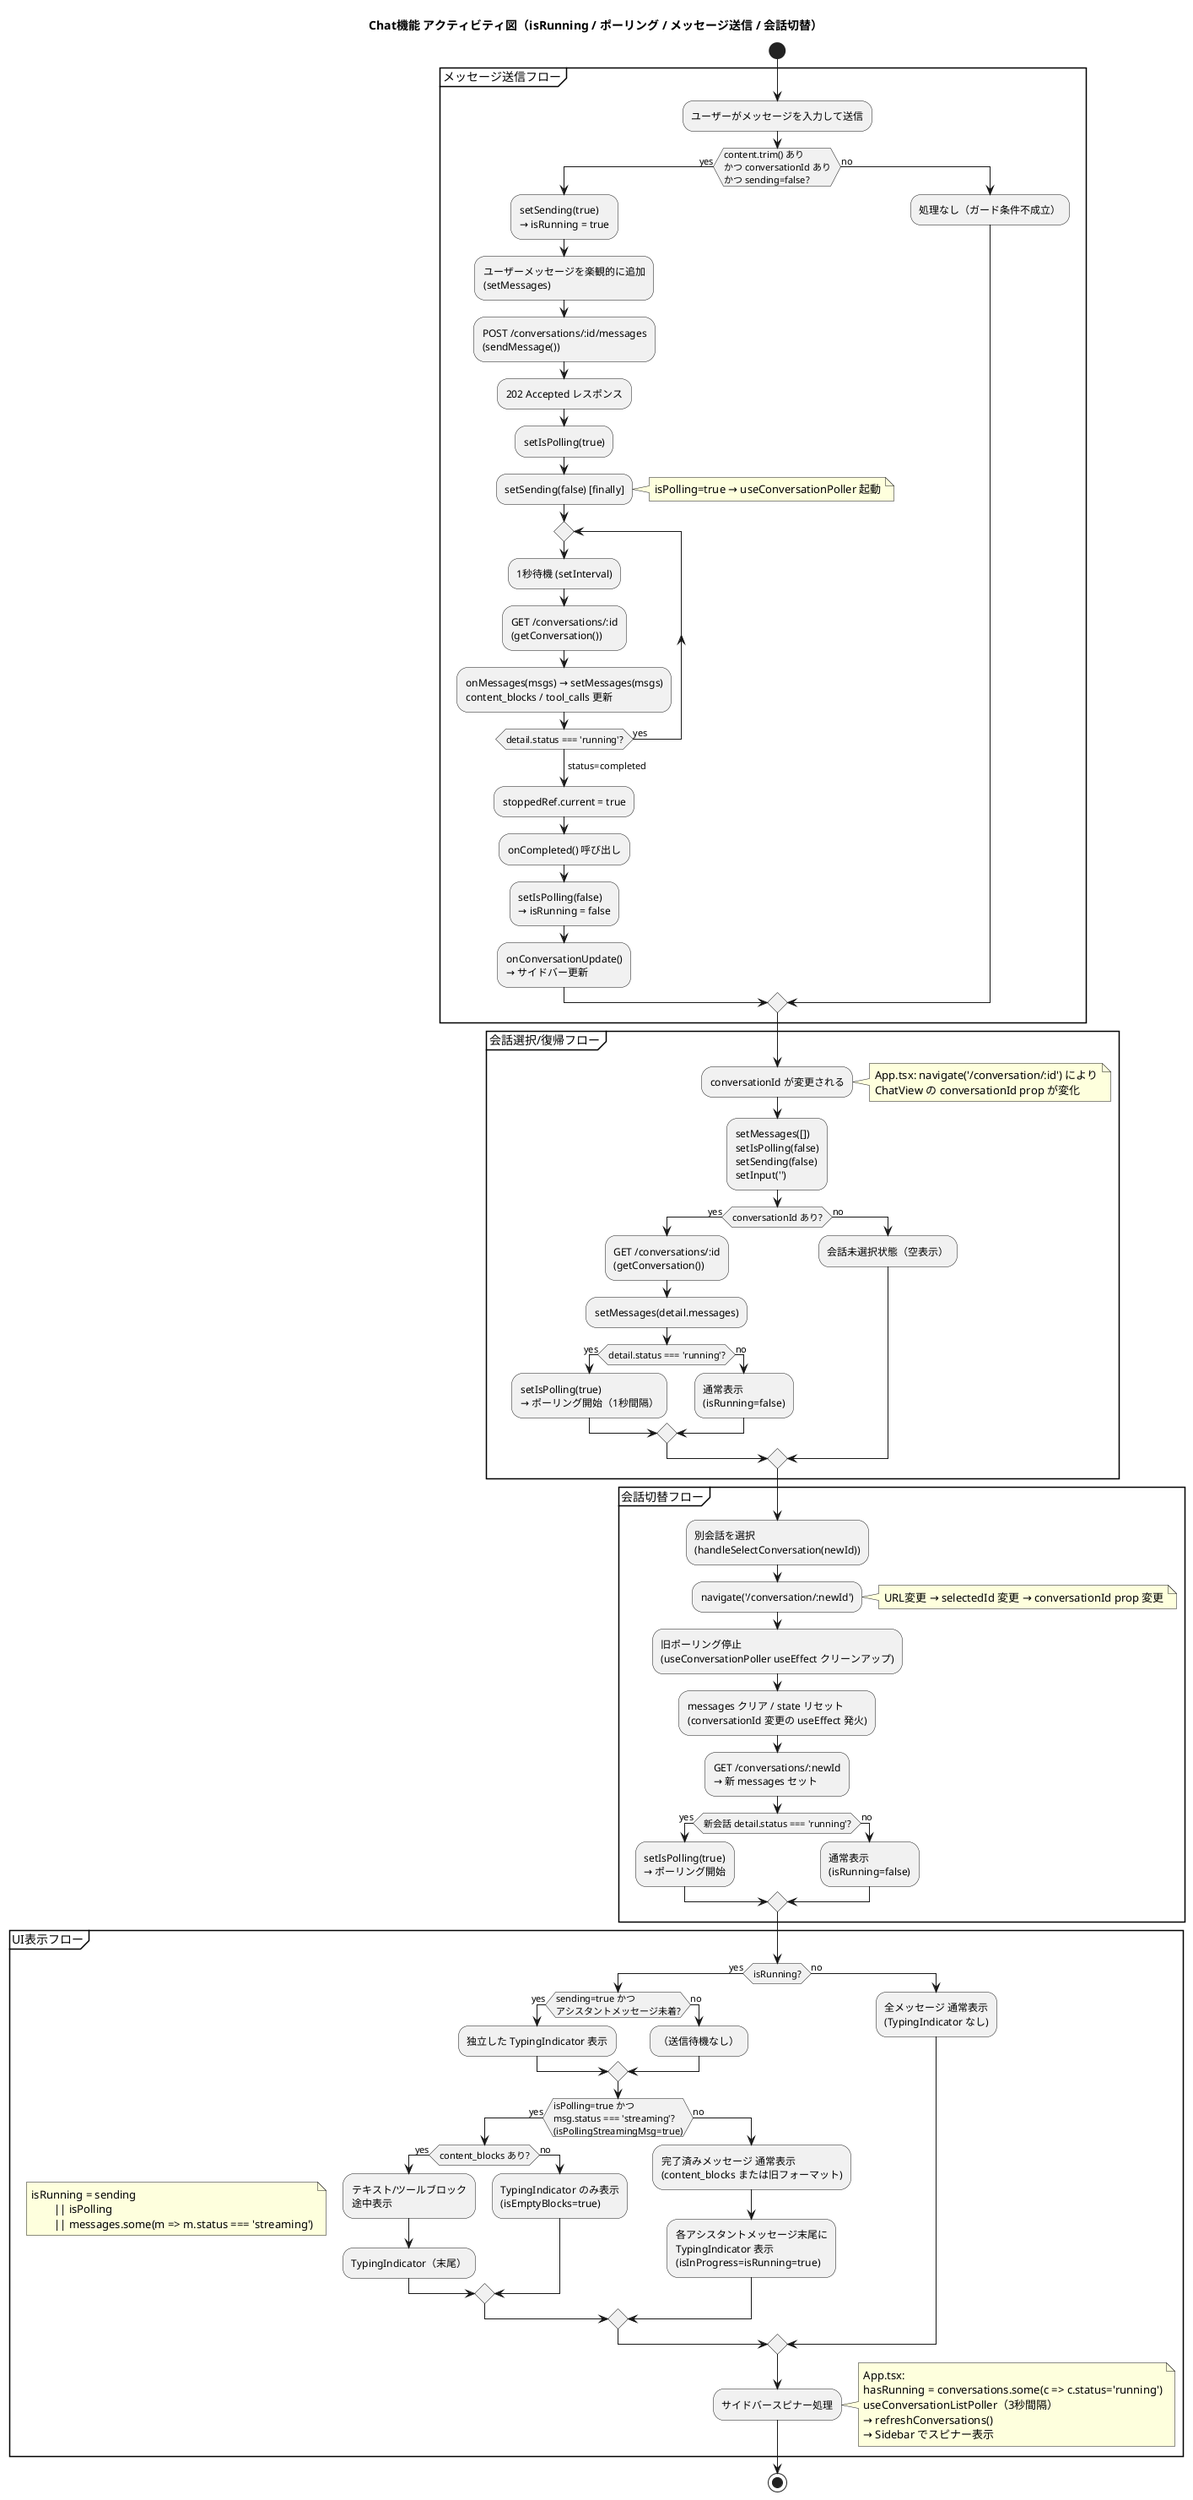
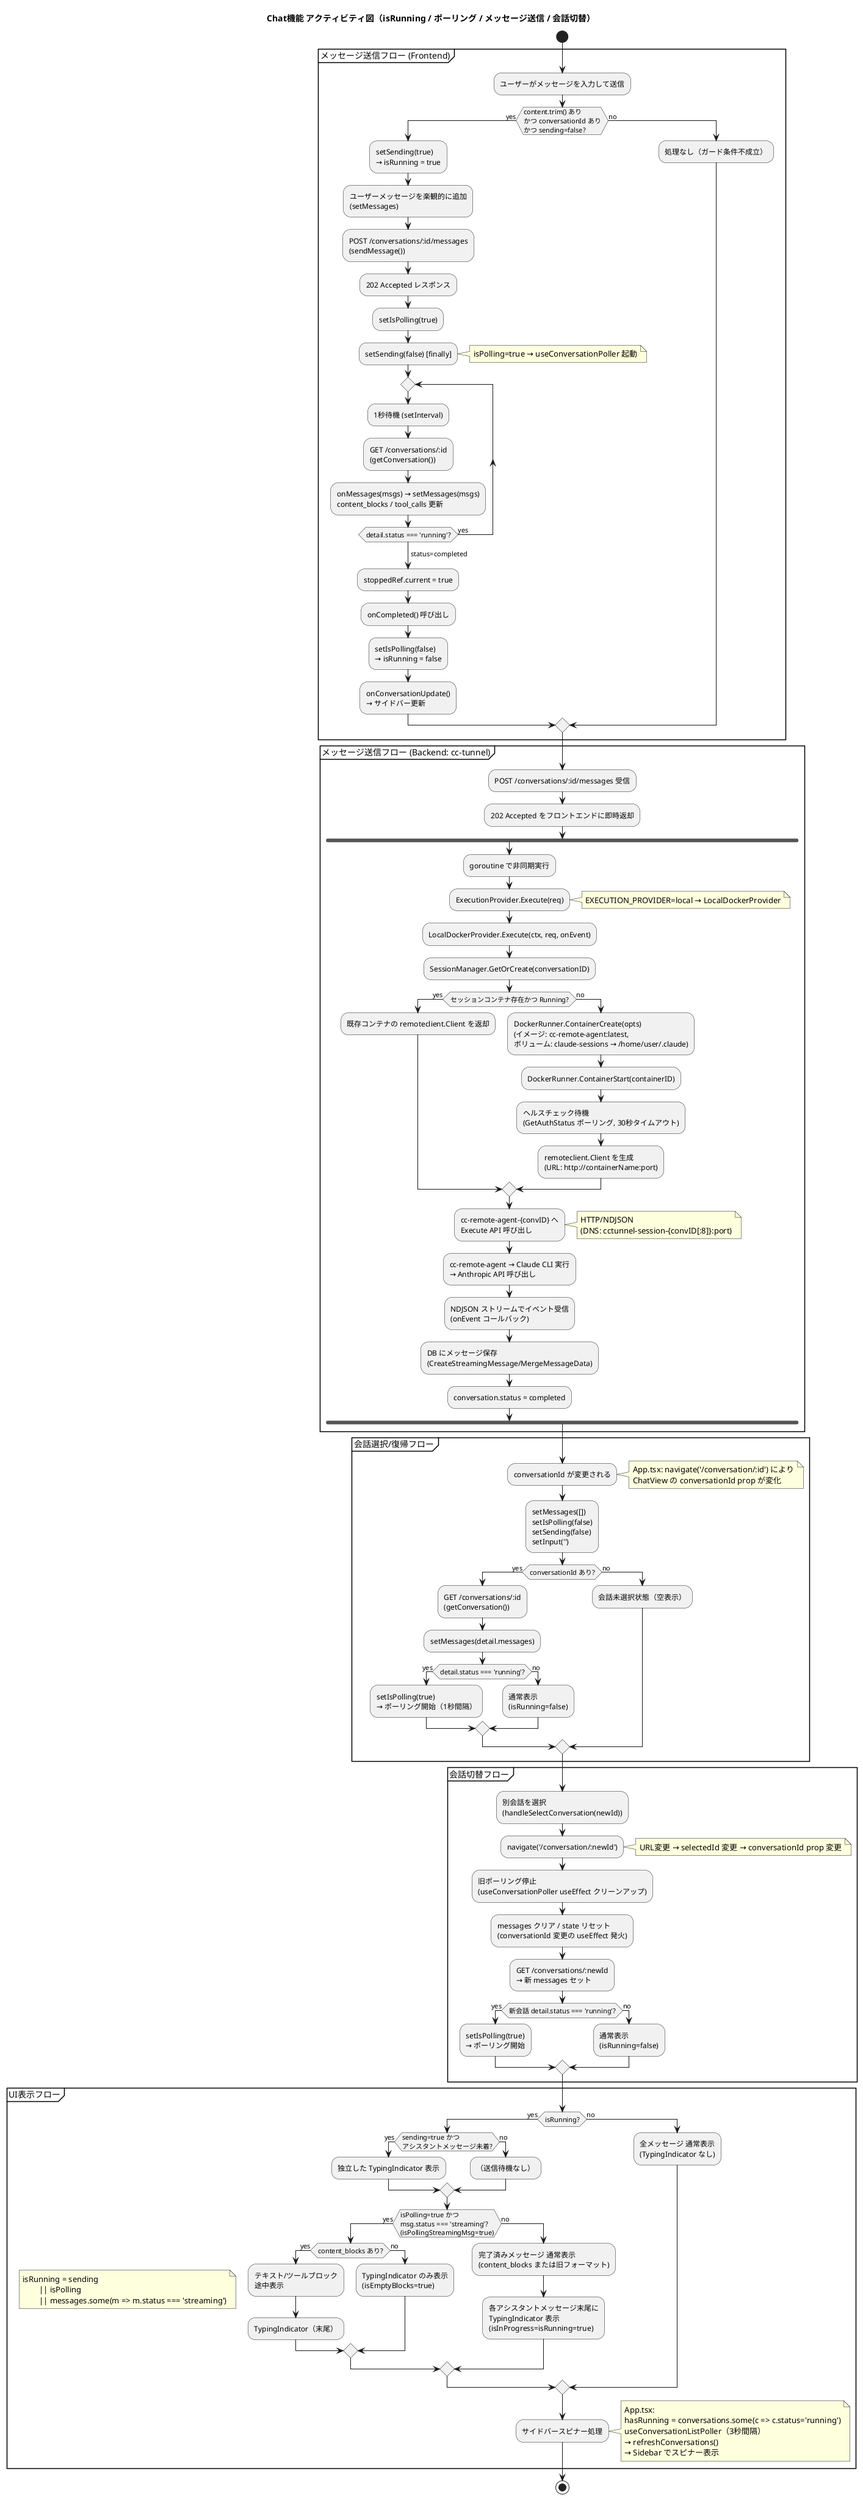
@startuml chat-activity
title Chat機能 アクティビティ図（isRunning / ポーリング / メッセージ送信 / 会話切替）

start

- partition "メッセージ送信フロー" {
+ partition "メッセージ送信フロー (Frontend)" {
  :ユーザーがメッセージを入力して送信;
  if (content.trim() あり\nかつ conversationId あり\nかつ sending=false?) then (yes)
    :setSending(true)\n→ isRunning = true;
    :ユーザーメッセージを楽観的に追加\n(setMessages);
    :POST /conversations/:id/messages\n(sendMessage());
    :202 Accepted レスポンス;
    :setIsPolling(true);
    :setSending(false) [finally];
    note right: isPolling=true → useConversationPoller 起動
    repeat
      :1秒待機 (setInterval);
      :GET /conversations/:id\n(getConversation());
      :onMessages(msgs) → setMessages(msgs)\ncontent_blocks / tool_calls 更新;
    repeat while (detail.status === 'running'?) is (yes)
    ->status=completed;
    :stoppedRef.current = true;
    :onCompleted() 呼び出し;
    :setIsPolling(false)\n→ isRunning = false;
    :onConversationUpdate()\n→ サイドバー更新;
  else (no)
    :処理なし（ガード条件不成立）;
  endif
+ }
+ 
+ partition "メッセージ送信フロー (Backend: cc-tunnel)" {
+   :POST /conversations/:id/messages 受信;
+   :202 Accepted をフロントエンドに即時返却;
+   fork
+     :goroutine で非同期実行;
+     :ExecutionProvider.Execute(req);
+     note right: EXECUTION_PROVIDER=local → LocalDockerProvider
+     :LocalDockerProvider.Execute(ctx, req, onEvent);
+     :SessionManager.GetOrCreate(conversationID);
+     if (セッションコンテナ存在かつ Running?) then (yes)
+       :既存コンテナの remoteclient.Client を返却;
+     else (no)
+       :DockerRunner.ContainerCreate(opts)\n(イメージ: cc-remote-agent:latest,\nボリューム: claude-sessions → /home/user/.claude);
+       :DockerRunner.ContainerStart(containerID);
+       :ヘルスチェック待機\n(GetAuthStatus ポーリング, 30秒タイムアウト);
+       :remoteclient.Client を生成\n(URL: http://containerName:port);
+     endif
+     :cc-remote-agent-{convID} へ\nExecute API 呼び出し;
+     note right: HTTP/NDJSON\n(DNS: cctunnel-session-{convID[:8]}:port)
+     :cc-remote-agent → Claude CLI 実行\n→ Anthropic API 呼び出し;
+     :NDJSON ストリームでイベント受信\n(onEvent コールバック);
+     :DB にメッセージ保存\n(CreateStreamingMessage/MergeMessageData);
+     :conversation.status = completed;
+   end fork
}

partition "会話選択/復帰フロー" {
  :conversationId が変更される;
  note right
    App.tsx: navigate('/conversation/:id') により
    ChatView の conversationId prop が変化
  end note
  :setMessages([])\nsetIsPolling(false)\nsetSending(false)\nsetInput('');
  if (conversationId あり?) then (yes)
    :GET /conversations/:id\n(getConversation());
    :setMessages(detail.messages);
    if (detail.status === 'running'?) then (yes)
      :setIsPolling(true)\n→ ポーリング開始（1秒間隔）;
    else (no)
      :通常表示\n(isRunning=false);
    endif
  else (no)
    :会話未選択状態（空表示）;
  endif
}

partition "会話切替フロー" {
  :別会話を選択\n(handleSelectConversation(newId));
  :navigate('/conversation/:newId');
  note right: URL変更 → selectedId 変更 → conversationId prop 変更
  :旧ポーリング停止\n(useConversationPoller useEffect クリーンアップ);
  :messages クリア / state リセット\n(conversationId 変更の useEffect 発火);
  :GET /conversations/:newId\n→ 新 messages セット;
  if (新会話 detail.status === 'running'?) then (yes)
    :setIsPolling(true)\n→ ポーリング開始;
  else (no)
    :通常表示\n(isRunning=false);
  endif
}

partition "UI表示フロー" {
  note
    isRunning = sending
            || isPolling
            || messages.some(m => m.status === 'streaming')
  end note
  if (isRunning?) then (yes)
    if (sending=true かつ\nアシスタントメッセージ未着?) then (yes)
      :独立した TypingIndicator 表示;
    else (no)
      :（送信待機なし）;
    endif
    if (isPolling=true かつ\nmsg.status === 'streaming'?\n(isPollingStreamingMsg=true)) then (yes)
      if (content_blocks あり?) then (yes)
        :テキスト/ツールブロック\n途中表示;
        :TypingIndicator（末尾）;
      else (no)
        :TypingIndicator のみ表示\n(isEmptyBlocks=true);
      endif
    else (no)
      :完了済みメッセージ 通常表示\n(content_blocks または旧フォーマット);
      :各アシスタントメッセージ末尾に\nTypingIndicator 表示\n(isInProgress=isRunning=true);
    endif
  else (no)
    :全メッセージ 通常表示\n(TypingIndicator なし);
  endif
  :サイドバースピナー処理;
  note right
    App.tsx:
    hasRunning = conversations.some(c => c.status='running')
    useConversationListPoller（3秒間隔）
    → refreshConversations()
    → Sidebar でスピナー表示
  end note
}

stop
@enduml
